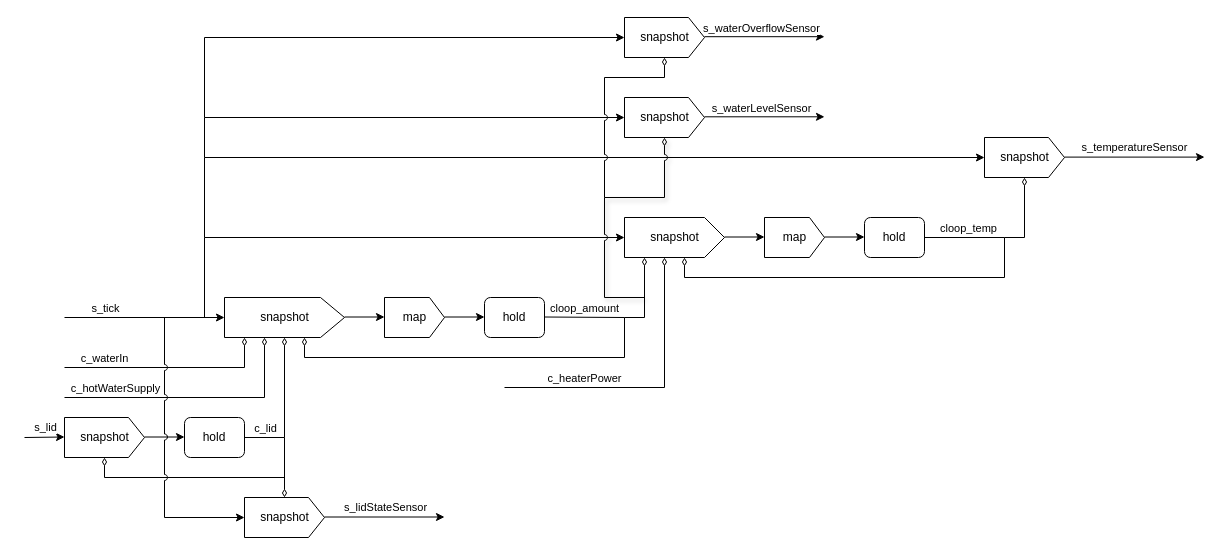
Above: images/simulator.drawio in suzuki-taro-unofficial/frpot (draw.io), before the change. Source tidied: cells renumbered, new cells numbered last; positions are measured from the earlier drawing's top-left corner, leaving out a move shared by most shapes. Both pictures are drawn from the tidied source at 100%, with x=0, y=0 at pixel (24, 17).
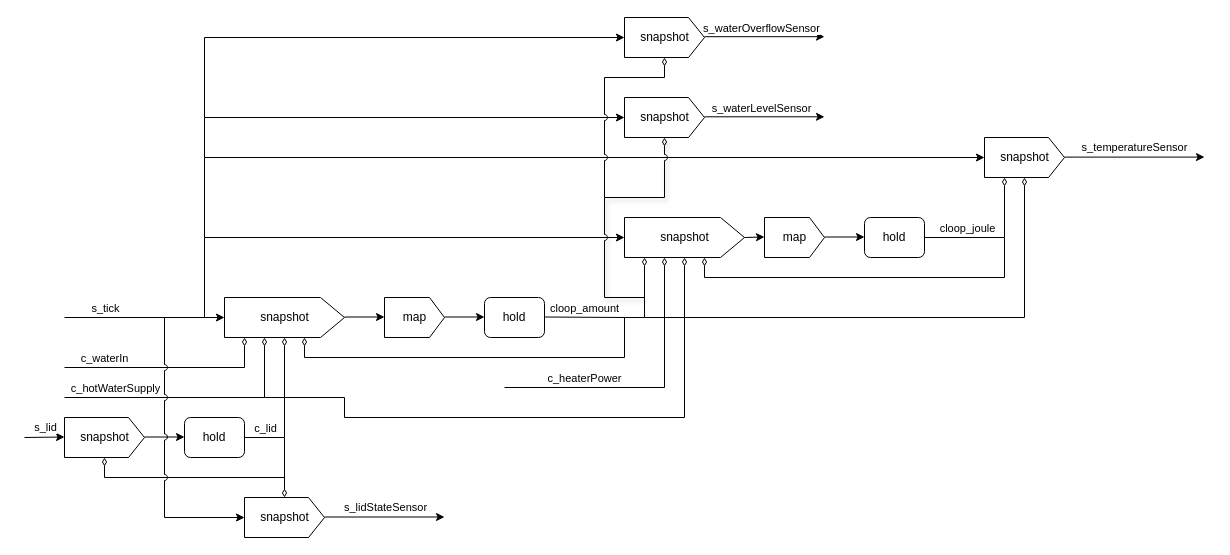
The same diagram, later.

Diff of the diagram source:
```diff
@@
     <mxCell id="26" value="snapshot" style="verticalLabelPosition=middle;verticalAlign=middle;html=1;shape=offPageConnector;rounded=0;size=0.2;direction=north;labelPosition=center;align=center;" parent="1" vertex="1">
-      <mxGeometry x="600" y="200" width="100" height="40" as="geometry" />
+      <mxGeometry x="600" y="200" width="120" height="40" as="geometry" />
     </mxCell>
@@
     <mxCell id="29" style="endArrow=classic;html=1;rounded=0;" parent="1" edge="1">
       <mxGeometry relative="1" as="geometry">
-        <mxPoint x="700" y="219.5" as="sourcePoint" />
+        <mxPoint x="720" y="220" as="sourcePoint" />
         <mxPoint x="740" y="219.5" as="targetPoint" />
       </mxGeometry>
     </mxCell>
@@
     <mxCell id="33" style="endArrow=diamondThin;html=1;rounded=0;endFill=0;" parent="1" edge="1">
       <mxGeometry relative="1" as="geometry">
         <mxPoint x="900" y="220" as="sourcePoint" />
-        <mxPoint x="660" y="240" as="targetPoint" />
+        <mxPoint x="680" y="240" as="targetPoint" />
         <Array as="points">
           <mxPoint x="980" y="220" />
           <mxPoint x="980" y="260" />
-          <mxPoint x="660" y="260" />
+          <mxPoint x="680" y="260" />
         </Array>
       </mxGeometry>
     </mxCell>
-    <mxCell id="34" value="cloop_temp" style="edgeLabel;html=1;align=center;verticalAlign=middle;" parent="33" vertex="1">
+    <mxCell id="34" value="cloop_joule" style="edgeLabel;html=1;align=center;verticalAlign=middle;" parent="33" vertex="1">
       <mxGeometry x="-0.89" y="-2" relative="1" as="geometry">
         <mxPoint x="18" y="-12" as="offset" />
       </mxGeometry>
     </mxCell>
@@
     <mxCell id="36" style="endArrow=diamondThin;html=1;rounded=0;endFill=0;" parent="1" edge="1">
       <mxGeometry relative="1" as="geometry">
         <mxPoint x="980" y="220" as="sourcePoint" />
-        <mxPoint x="1000" y="160" as="targetPoint" />
+        <mxPoint x="980" y="160" as="targetPoint" />
         <Array as="points">
-          <mxPoint x="1000" y="220" />
+          <mxPoint x="980" y="220" />
         </Array>
       </mxGeometry>
     </mxCell>
@@
+    <mxCell id="56" style="endArrow=diamondThin;html=1;rounded=0;endFill=0;" parent="1" edge="1">
+      <mxGeometry relative="1" as="geometry">
+        <mxPoint x="240" y="380" as="sourcePoint" />
+        <mxPoint x="660" y="240" as="targetPoint" />
+        <Array as="points">
+          <mxPoint x="320" y="380" />
+          <mxPoint x="320" y="400" />
+          <mxPoint x="660" y="400" />
+        </Array>
+      </mxGeometry>
+    </mxCell>
+    <mxCell id="57" style="endArrow=diamondThin;html=1;rounded=0;endFill=0;" parent="1" edge="1">
+      <mxGeometry relative="1" as="geometry">
+        <mxPoint x="620" y="300" as="sourcePoint" />
+        <mxPoint x="1000" y="160" as="targetPoint" />
+        <Array as="points">
+          <mxPoint x="1000" y="300" />
+        </Array>
+      </mxGeometry>
+    </mxCell>
```
